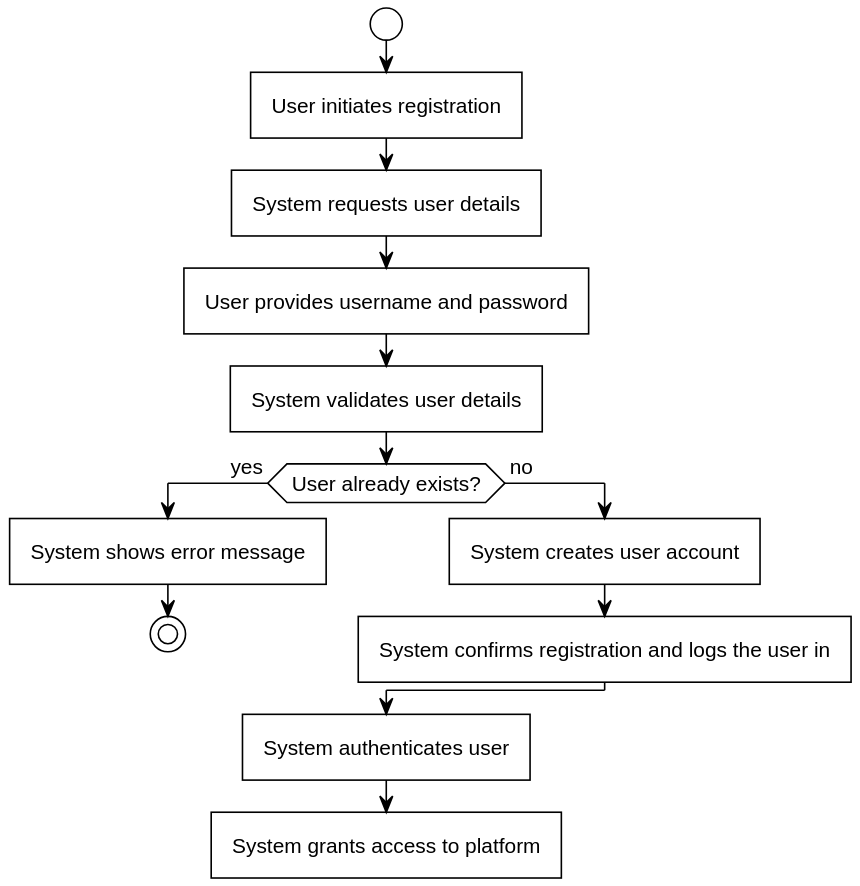
SEPCheesecakeFactory/SEP3 keeps this PlantUML diagram as out/Analysis/ActivityDIagrams/UserOnboarding/UserOnboarding.svg. Above is the earlier version.
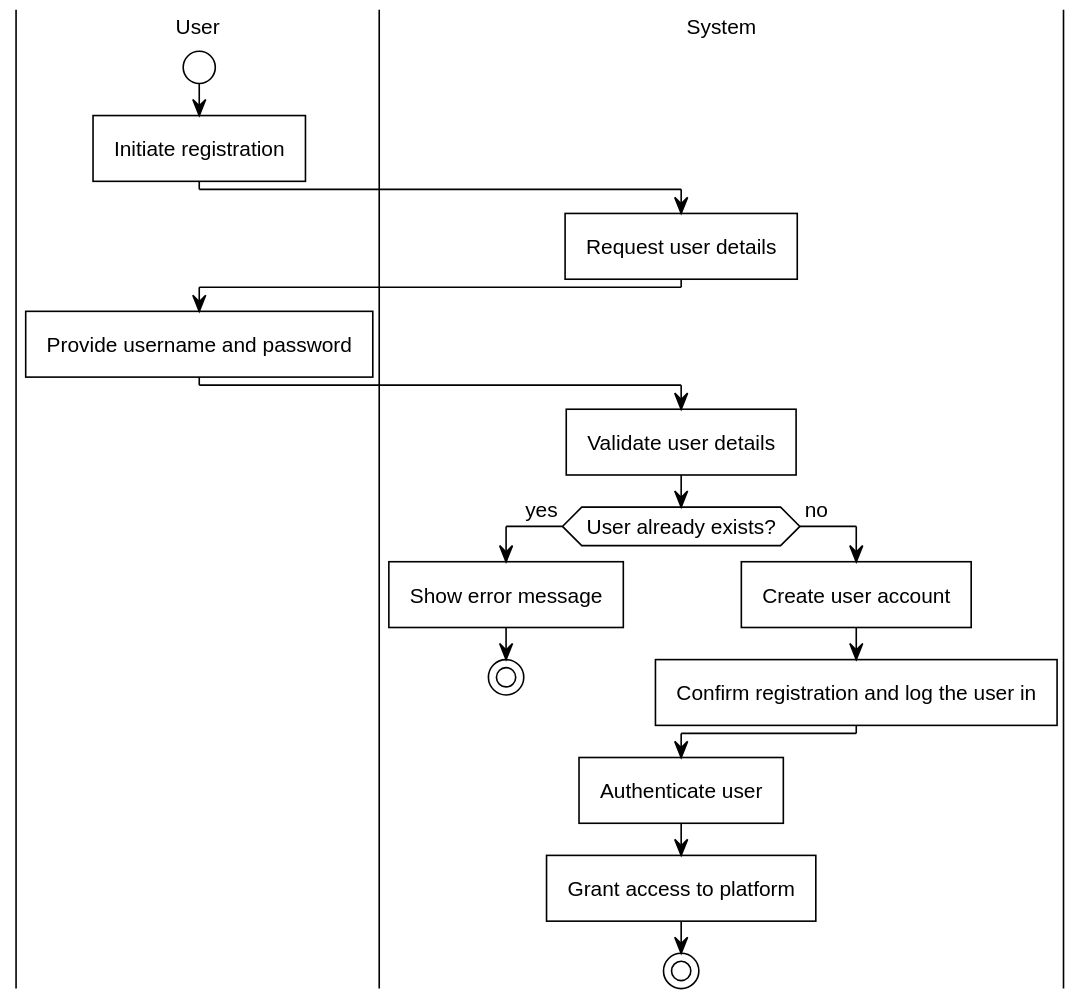
The same file after the commit.

Change to the diagram source:
```diff
@@ -1,18 +1,23 @@
 @startuml
 !include https://raw.githubusercontent.com/fredoslav2004/MinimalThemePUML/refs/heads/main/minimal-theme.puml
+|User|
 start
-:User initiates registration;
-:System requests user details;
-:User provides username and password;
-:System validates user details;
+:Initiate registration;
+|System|
+:Request user details;
+|User|
+:Provide username and password;
+|System|
+:Validate user details;
 if (User already exists?) then (yes)
-    :System shows error message;
+    :Show error message;
     stop
 else (no)
-    :System creates user account;
-    :System confirms registration and logs the user in;
+    :Create user account;
+    :Confirm registration and log the user in;
 endif
 
-:System authenticates user;
-:System grants access to platform;
+:Authenticate user;
+:Grant access to platform;
+stop
 @enduml
```
